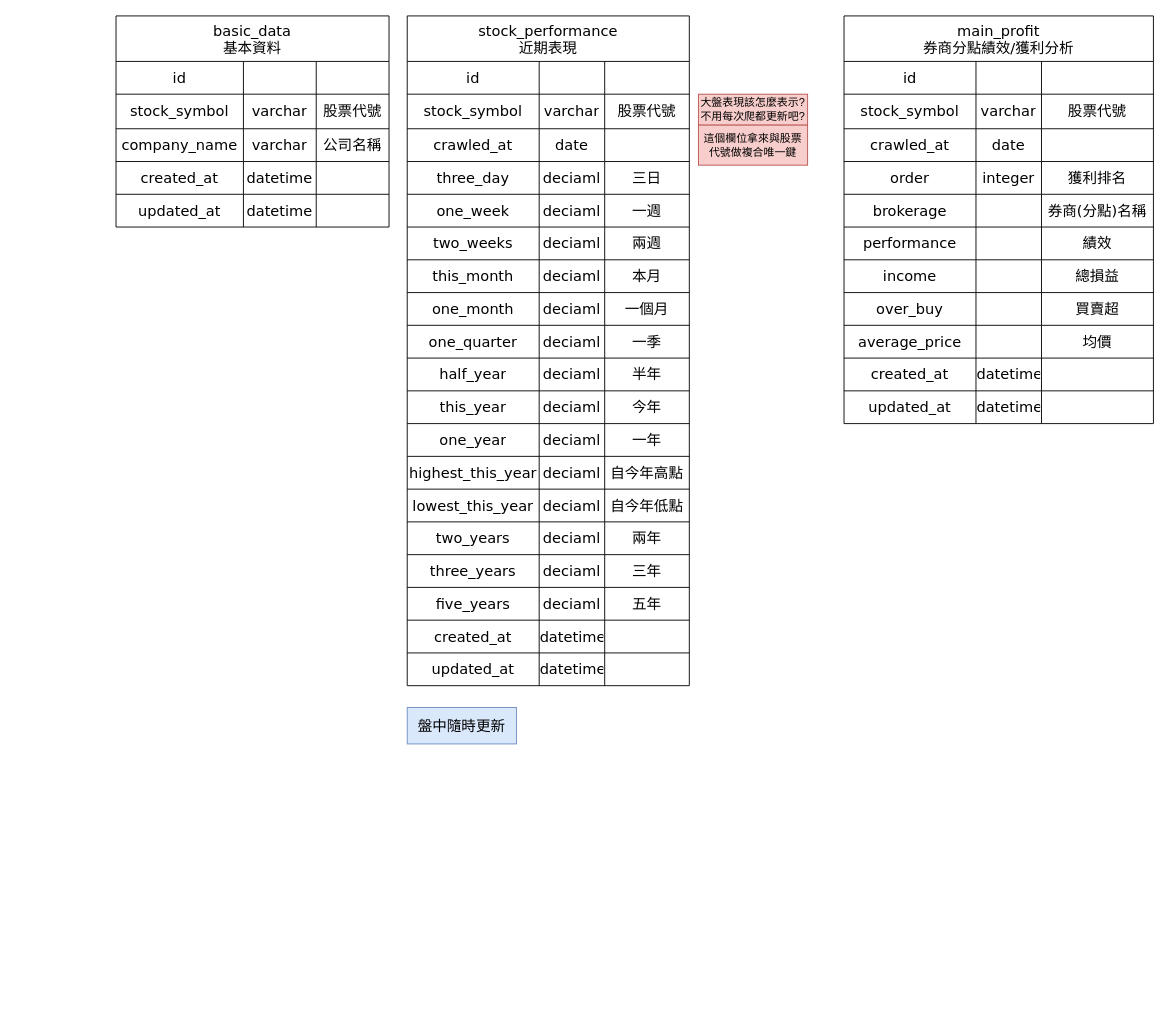
This is page "近期表現" (2 of 2) of 作品集.drawio from charlieAJC/taiwan-stock-crawler, a draw.io file, before an edit. Source tidied: cells renumbered, new cells numbered last; positions are measured from the earlier drawing's top-left corner, leaving out a move shared by most shapes. Both pictures are drawn from the tidied source at 91%, with x=0, y=0 at pixel (116, 15).
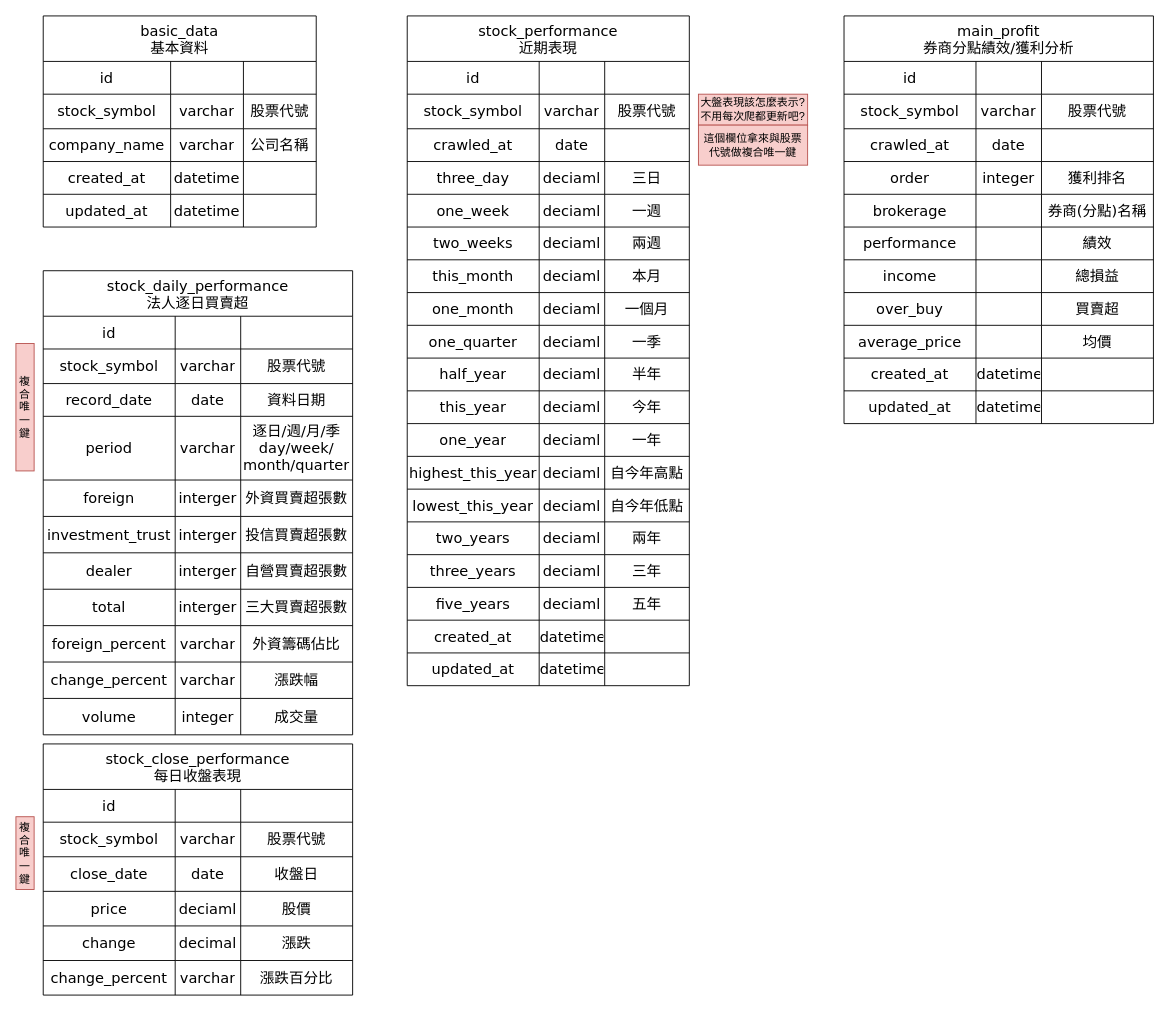
The same diagram, later.

Diff of the diagram source:
```diff
@@
     <mxCell id="2" value="basic_data&#10;基本資料" style="shape=table;startSize=50;childLayout=tableLayout;fontStyle=0;align=center;fontFamily=Verdana;fontSize=16;" parent="1" vertex="1">
-      <mxGeometry width="300" height="232" as="geometry" />
+      <mxGeometry x="-80" width="300" height="232" as="geometry" />
     </mxCell>
@@
-    <mxCell id="147" value="&lt;font face=&quot;Verdana&quot; style=&quot;font-size: 16px&quot;&gt;盤中隨時更新&lt;/font&gt;" style="rounded=0;whiteSpace=wrap;html=1;fillColor=#dae8fc;strokeColor=#6c8ebf;" parent="1" vertex="1">
-      <mxGeometry x="320" y="760" width="120" height="40" as="geometry" />
-    </mxCell>
+    <mxCell id="148" value="stock_daily_performance&#10;法人逐日買賣超" style="shape=table;startSize=50;childLayout=tableLayout;fontStyle=0;align=center;fontFamily=Verdana;fontSize=16;" parent="1" vertex="1">
+      <mxGeometry x="-80" y="280" width="340" height="510" as="geometry" />
+    </mxCell>
+    <mxCell id="149" style="shape=partialRectangle;html=1;whiteSpace=wrap;fillColor=none;top=0;left=0;bottom=0;right=0;fontFamily=Verdana;fontSize=16;" parent="148" vertex="1">
+      <mxGeometry y="50" width="340" height="36" as="geometry" />
+    </mxCell>
+    <mxCell id="150" value="id" style="shape=partialRectangle;html=1;whiteSpace=wrap;fillColor=none;top=0;left=0;bottom=0;right=0;overflow=hidden;fontFamily=Verdana;fontSize=16;" parent="149" vertex="1">
+      <mxGeometry width="145" height="36" as="geometry" />
+    </mxCell>
+    <mxCell id="151" style="shape=partialRectangle;html=1;whiteSpace=wrap;fillColor=none;top=0;left=0;bottom=0;right=0;overflow=hidden;fontFamily=Verdana;fontSize=16;" parent="149" vertex="1">
+      <mxGeometry x="145" width="72" height="36" as="geometry" />
+    </mxCell>
+    <mxCell id="152" style="shape=partialRectangle;html=1;whiteSpace=wrap;fillColor=none;top=0;left=0;bottom=0;right=0;overflow=hidden;fontFamily=Verdana;fontSize=16;" parent="149" vertex="1">
+      <mxGeometry x="217" width="123" height="36" as="geometry" />
+    </mxCell>
+    <mxCell id="153" style="shape=partialRectangle;html=1;whiteSpace=wrap;fillColor=none;top=0;left=0;bottom=0;right=0;fontFamily=Verdana;fontSize=16;" parent="148" vertex="1">
+      <mxGeometry y="86" width="340" height="38" as="geometry" />
+    </mxCell>
+    <mxCell id="154" value="stock_symbol" style="shape=partialRectangle;html=1;whiteSpace=wrap;fillColor=none;top=0;left=0;bottom=0;right=0;overflow=hidden;fontFamily=Verdana;fontSize=16;" parent="153" vertex="1">
+      <mxGeometry width="145" height="38" as="geometry" />
+    </mxCell>
+    <mxCell id="155" value="&lt;span&gt;varchar&lt;/span&gt;" style="shape=partialRectangle;html=1;whiteSpace=wrap;fillColor=none;top=0;left=0;bottom=0;right=0;overflow=hidden;fontFamily=Verdana;fontSize=16;" parent="153" vertex="1">
+      <mxGeometry x="145" width="72" height="38" as="geometry" />
+    </mxCell>
+    <mxCell id="156" value="股票代號" style="shape=partialRectangle;html=1;whiteSpace=wrap;fillColor=none;top=0;left=0;bottom=0;right=0;overflow=hidden;fontFamily=Verdana;fontSize=16;" parent="153" vertex="1">
+      <mxGeometry x="217" width="123" height="38" as="geometry" />
+    </mxCell>
+    <mxCell id="157" style="shape=partialRectangle;html=1;whiteSpace=wrap;fillColor=none;top=0;left=0;bottom=0;right=0;fontFamily=Verdana;fontSize=16;" parent="148" vertex="1">
+      <mxGeometry y="124" width="340" height="36" as="geometry" />
+    </mxCell>
+    <mxCell id="158" value="record_date" style="shape=partialRectangle;html=1;whiteSpace=wrap;fillColor=none;top=0;left=0;bottom=0;right=0;overflow=hidden;fontFamily=Verdana;fontSize=16;" parent="157" vertex="1">
+      <mxGeometry width="145" height="36" as="geometry" />
+    </mxCell>
+    <mxCell id="159" value="date" style="shape=partialRectangle;html=1;whiteSpace=wrap;fillColor=none;top=0;left=0;bottom=0;right=0;overflow=hidden;fontFamily=Verdana;fontSize=16;" parent="157" vertex="1">
+      <mxGeometry x="145" width="72" height="36" as="geometry" />
+    </mxCell>
+    <mxCell id="160" value="資料日期" style="shape=partialRectangle;html=1;whiteSpace=wrap;fillColor=none;top=0;left=0;bottom=0;right=0;overflow=hidden;fontFamily=Verdana;fontSize=16;" parent="157" vertex="1">
+      <mxGeometry x="217" width="123" height="36" as="geometry" />
+    </mxCell>
+    <mxCell id="161" style="shape=partialRectangle;html=1;whiteSpace=wrap;fillColor=none;top=0;left=0;bottom=0;right=0;fontFamily=Verdana;fontSize=16;" parent="148" vertex="1">
+      <mxGeometry y="160" width="340" height="70" as="geometry" />
+    </mxCell>
+    <mxCell id="162" value="period" style="shape=partialRectangle;html=1;whiteSpace=wrap;fillColor=none;top=0;left=0;bottom=0;right=0;overflow=hidden;fontFamily=Verdana;fontSize=16;" parent="161" vertex="1">
+      <mxGeometry width="145" height="70" as="geometry" />
+    </mxCell>
+    <mxCell id="163" value="varchar" style="shape=partialRectangle;html=1;whiteSpace=wrap;fillColor=none;top=0;left=0;bottom=0;right=0;overflow=hidden;fontFamily=Verdana;fontSize=16;" parent="161" vertex="1">
+      <mxGeometry x="145" width="72" height="70" as="geometry" />
+    </mxCell>
+    <mxCell id="164" value="逐日/週/月/季&lt;br&gt;day/week/&lt;br&gt;month/quarter" style="shape=partialRectangle;html=1;whiteSpace=wrap;fillColor=none;top=0;left=0;bottom=0;right=0;overflow=hidden;fontFamily=Verdana;fontSize=16;" parent="161" vertex="1">
+      <mxGeometry x="217" width="123" height="70" as="geometry" />
+    </mxCell>
+    <mxCell id="165" style="shape=partialRectangle;html=1;whiteSpace=wrap;fillColor=none;top=0;left=0;bottom=0;right=0;fontFamily=Verdana;fontSize=16;" parent="148" vertex="1">
+      <mxGeometry y="230" width="340" height="40" as="geometry" />
+    </mxCell>
+    <mxCell id="166" value="foreign" style="shape=partialRectangle;html=1;whiteSpace=wrap;fillColor=none;top=0;left=0;bottom=0;right=0;overflow=hidden;fontFamily=Verdana;fontSize=16;" parent="165" vertex="1">
+      <mxGeometry width="145" height="40" as="geometry" />
+    </mxCell>
+    <mxCell id="167" value="interger" style="shape=partialRectangle;html=1;whiteSpace=wrap;fillColor=none;top=0;left=0;bottom=0;right=0;overflow=hidden;fontFamily=Verdana;fontSize=16;" parent="165" vertex="1">
+      <mxGeometry x="145" width="72" height="40" as="geometry" />
+    </mxCell>
+    <mxCell id="168" value="外資買賣超張數" style="shape=partialRectangle;html=1;whiteSpace=wrap;fillColor=none;top=0;left=0;bottom=0;right=0;overflow=hidden;fontFamily=Verdana;fontSize=16;" parent="165" vertex="1">
+      <mxGeometry x="217" width="123" height="40" as="geometry" />
+    </mxCell>
+    <mxCell id="169" style="shape=partialRectangle;html=1;whiteSpace=wrap;fillColor=none;top=0;left=0;bottom=0;right=0;fontFamily=Verdana;fontSize=16;" parent="148" vertex="1">
+      <mxGeometry y="270" width="340" height="40" as="geometry" />
+    </mxCell>
+    <mxCell id="170" value="investment_trust" style="shape=partialRectangle;html=1;whiteSpace=wrap;fillColor=none;top=0;left=0;bottom=0;right=0;overflow=hidden;fontFamily=Verdana;fontSize=16;" parent="169" vertex="1">
+      <mxGeometry width="145" height="40" as="geometry" />
+    </mxCell>
+    <mxCell id="171" value="&lt;span&gt;interger&lt;/span&gt;" style="shape=partialRectangle;html=1;whiteSpace=wrap;fillColor=none;top=0;left=0;bottom=0;right=0;overflow=hidden;fontFamily=Verdana;fontSize=16;" parent="169" vertex="1">
+      <mxGeometry x="145" width="72" height="40" as="geometry" />
+    </mxCell>
+    <mxCell id="172" value="投信買賣超張數" style="shape=partialRectangle;html=1;whiteSpace=wrap;fillColor=none;top=0;left=0;bottom=0;right=0;overflow=hidden;fontFamily=Verdana;fontSize=16;" parent="169" vertex="1">
+      <mxGeometry x="217" width="123" height="40" as="geometry" />
+    </mxCell>
+    <mxCell id="173" style="shape=partialRectangle;html=1;whiteSpace=wrap;fillColor=none;top=0;left=0;bottom=0;right=0;fontFamily=Verdana;fontSize=16;" parent="148" vertex="1">
+      <mxGeometry y="310" width="340" height="40" as="geometry" />
+    </mxCell>
+    <mxCell id="174" value="dealer" style="shape=partialRectangle;html=1;whiteSpace=wrap;fillColor=none;top=0;left=0;bottom=0;right=0;overflow=hidden;fontFamily=Verdana;fontSize=16;" parent="173" vertex="1">
+      <mxGeometry width="145" height="40" as="geometry" />
+    </mxCell>
+    <mxCell id="175" value="&lt;span&gt;interger&lt;/span&gt;" style="shape=partialRectangle;html=1;whiteSpace=wrap;fillColor=none;top=0;left=0;bottom=0;right=0;overflow=hidden;fontFamily=Verdana;fontSize=16;" parent="173" vertex="1">
+      <mxGeometry x="145" width="72" height="40" as="geometry" />
+    </mxCell>
+    <mxCell id="176" value="自營買賣超張數" style="shape=partialRectangle;html=1;whiteSpace=wrap;fillColor=none;top=0;left=0;bottom=0;right=0;overflow=hidden;fontFamily=Verdana;fontSize=16;" parent="173" vertex="1">
+      <mxGeometry x="217" width="123" height="40" as="geometry" />
+    </mxCell>
+    <mxCell id="177" style="shape=partialRectangle;html=1;whiteSpace=wrap;fillColor=none;top=0;left=0;bottom=0;right=0;fontFamily=Verdana;fontSize=16;" parent="148" vertex="1">
+      <mxGeometry y="350" width="340" height="40" as="geometry" />
+    </mxCell>
+    <mxCell id="178" value="total" style="shape=partialRectangle;html=1;whiteSpace=wrap;fillColor=none;top=0;left=0;bottom=0;right=0;overflow=hidden;fontFamily=Verdana;fontSize=16;" parent="177" vertex="1">
+      <mxGeometry width="145" height="40" as="geometry" />
+    </mxCell>
+    <mxCell id="179" value="&lt;span&gt;interger&lt;/span&gt;" style="shape=partialRectangle;html=1;whiteSpace=wrap;fillColor=none;top=0;left=0;bottom=0;right=0;overflow=hidden;fontFamily=Verdana;fontSize=16;" parent="177" vertex="1">
+      <mxGeometry x="145" width="72" height="40" as="geometry" />
+    </mxCell>
+    <mxCell id="180" value="三大買賣超張數" style="shape=partialRectangle;html=1;whiteSpace=wrap;fillColor=none;top=0;left=0;bottom=0;right=0;overflow=hidden;fontFamily=Verdana;fontSize=16;" parent="177" vertex="1">
+      <mxGeometry x="217" width="123" height="40" as="geometry" />
+    </mxCell>
+    <mxCell id="181" style="shape=partialRectangle;html=1;whiteSpace=wrap;fillColor=none;top=0;left=0;bottom=0;right=0;fontFamily=Verdana;fontSize=16;" parent="148" vertex="1">
+      <mxGeometry y="390" width="340" height="40" as="geometry" />
+    </mxCell>
+    <mxCell id="182" value="foreign_percent" style="shape=partialRectangle;html=1;whiteSpace=wrap;fillColor=none;top=0;left=0;bottom=0;right=0;overflow=hidden;fontFamily=Verdana;fontSize=16;" parent="181" vertex="1">
+      <mxGeometry width="145" height="40" as="geometry" />
+    </mxCell>
+    <mxCell id="183" value="varchar" style="shape=partialRectangle;html=1;whiteSpace=wrap;fillColor=none;top=0;left=0;bottom=0;right=0;overflow=hidden;fontFamily=Verdana;fontSize=16;" parent="181" vertex="1">
+      <mxGeometry x="145" width="72" height="40" as="geometry" />
+    </mxCell>
+    <mxCell id="184" value="外資籌碼佔比" style="shape=partialRectangle;html=1;whiteSpace=wrap;fillColor=none;top=0;left=0;bottom=0;right=0;overflow=hidden;fontFamily=Verdana;fontSize=16;" parent="181" vertex="1">
+      <mxGeometry x="217" width="123" height="40" as="geometry" />
+    </mxCell>
+    <mxCell id="185" style="shape=partialRectangle;html=1;whiteSpace=wrap;fillColor=none;top=0;left=0;bottom=0;right=0;fontFamily=Verdana;fontSize=16;" parent="148" vertex="1">
+      <mxGeometry y="430" width="340" height="40" as="geometry" />
+    </mxCell>
+    <mxCell id="186" value="change_percent" style="shape=partialRectangle;html=1;whiteSpace=wrap;fillColor=none;top=0;left=0;bottom=0;right=0;overflow=hidden;fontFamily=Verdana;fontSize=16;" parent="185" vertex="1">
+      <mxGeometry width="145" height="40" as="geometry" />
+    </mxCell>
+    <mxCell id="187" value="varchar" style="shape=partialRectangle;html=1;whiteSpace=wrap;fillColor=none;top=0;left=0;bottom=0;right=0;overflow=hidden;fontFamily=Verdana;fontSize=16;" parent="185" vertex="1">
+      <mxGeometry x="145" width="72" height="40" as="geometry" />
+    </mxCell>
+    <mxCell id="188" value="漲跌幅" style="shape=partialRectangle;html=1;whiteSpace=wrap;fillColor=none;top=0;left=0;bottom=0;right=0;overflow=hidden;fontFamily=Verdana;fontSize=16;" parent="185" vertex="1">
+      <mxGeometry x="217" width="123" height="40" as="geometry" />
+    </mxCell>
+    <mxCell id="189" style="shape=partialRectangle;html=1;whiteSpace=wrap;fillColor=none;top=0;left=0;bottom=0;right=0;fontFamily=Verdana;fontSize=16;" parent="148" vertex="1">
+      <mxGeometry y="470" width="340" height="40" as="geometry" />
+    </mxCell>
+    <mxCell id="190" value="volume" style="shape=partialRectangle;html=1;whiteSpace=wrap;fillColor=none;top=0;left=0;bottom=0;right=0;overflow=hidden;fontFamily=Verdana;fontSize=16;" parent="189" vertex="1">
+      <mxGeometry width="145" height="40" as="geometry" />
+    </mxCell>
+    <mxCell id="191" value="integer" style="shape=partialRectangle;html=1;whiteSpace=wrap;fillColor=none;top=0;left=0;bottom=0;right=0;overflow=hidden;fontFamily=Verdana;fontSize=16;" parent="189" vertex="1">
+      <mxGeometry x="145" width="72" height="40" as="geometry" />
+    </mxCell>
+    <mxCell id="192" value="成交量" style="shape=partialRectangle;html=1;whiteSpace=wrap;fillColor=none;top=0;left=0;bottom=0;right=0;overflow=hidden;fontFamily=Verdana;fontSize=16;" parent="189" vertex="1">
+      <mxGeometry x="217" width="123" height="40" as="geometry" />
+    </mxCell>
+    <mxCell id="193" value="複合唯一鍵" style="rounded=0;whiteSpace=wrap;html=1;fillColor=#f8cecc;strokeColor=#b85450;" parent="1" vertex="1">
+      <mxGeometry x="-110" y="360" width="20" height="140" as="geometry" />
+    </mxCell>
+    <mxCell id="194" value="stock_close_performance&#10;每日收盤表現" style="shape=table;startSize=50;childLayout=tableLayout;fontStyle=0;align=center;fontFamily=Verdana;fontSize=16;" parent="1" vertex="1">
+      <mxGeometry x="-80" y="800" width="340" height="276" as="geometry" />
+    </mxCell>
+    <mxCell id="195" style="shape=partialRectangle;html=1;whiteSpace=wrap;fillColor=none;top=0;left=0;bottom=0;right=0;fontFamily=Verdana;fontSize=16;" parent="194" vertex="1">
+      <mxGeometry y="50" width="340" height="36" as="geometry" />
+    </mxCell>
+    <mxCell id="196" value="id" style="shape=partialRectangle;html=1;whiteSpace=wrap;fillColor=none;top=0;left=0;bottom=0;right=0;overflow=hidden;fontFamily=Verdana;fontSize=16;" parent="195" vertex="1">
+      <mxGeometry width="145" height="36" as="geometry" />
+    </mxCell>
+    <mxCell id="197" style="shape=partialRectangle;html=1;whiteSpace=wrap;fillColor=none;top=0;left=0;bottom=0;right=0;overflow=hidden;fontFamily=Verdana;fontSize=16;" parent="195" vertex="1">
+      <mxGeometry x="145" width="72" height="36" as="geometry" />
+    </mxCell>
+    <mxCell id="198" style="shape=partialRectangle;html=1;whiteSpace=wrap;fillColor=none;top=0;left=0;bottom=0;right=0;overflow=hidden;fontFamily=Verdana;fontSize=16;" parent="195" vertex="1">
+      <mxGeometry x="217" width="123" height="36" as="geometry" />
+    </mxCell>
+    <mxCell id="199" style="shape=partialRectangle;html=1;whiteSpace=wrap;fillColor=none;top=0;left=0;bottom=0;right=0;fontFamily=Verdana;fontSize=16;" parent="194" vertex="1">
+      <mxGeometry y="86" width="340" height="38" as="geometry" />
+    </mxCell>
+    <mxCell id="200" value="stock_symbol" style="shape=partialRectangle;html=1;whiteSpace=wrap;fillColor=none;top=0;left=0;bottom=0;right=0;overflow=hidden;fontFamily=Verdana;fontSize=16;" parent="199" vertex="1">
+      <mxGeometry width="145" height="38" as="geometry" />
+    </mxCell>
+    <mxCell id="201" value="&lt;span&gt;varchar&lt;/span&gt;" style="shape=partialRectangle;html=1;whiteSpace=wrap;fillColor=none;top=0;left=0;bottom=0;right=0;overflow=hidden;fontFamily=Verdana;fontSize=16;" parent="199" vertex="1">
+      <mxGeometry x="145" width="72" height="38" as="geometry" />
+    </mxCell>
+    <mxCell id="202" value="股票代號" style="shape=partialRectangle;html=1;whiteSpace=wrap;fillColor=none;top=0;left=0;bottom=0;right=0;overflow=hidden;fontFamily=Verdana;fontSize=16;" parent="199" vertex="1">
+      <mxGeometry x="217" width="123" height="38" as="geometry" />
+    </mxCell>
+    <mxCell id="203" style="shape=partialRectangle;html=1;whiteSpace=wrap;fillColor=none;top=0;left=0;bottom=0;right=0;fontFamily=Verdana;fontSize=16;" parent="194" vertex="1">
+      <mxGeometry y="124" width="340" height="38" as="geometry" />
+    </mxCell>
+    <mxCell id="204" value="close_date" style="shape=partialRectangle;html=1;whiteSpace=wrap;fillColor=none;top=0;left=0;bottom=0;right=0;overflow=hidden;fontFamily=Verdana;fontSize=16;" parent="203" vertex="1">
+      <mxGeometry width="145" height="38" as="geometry" />
+    </mxCell>
+    <mxCell id="205" value="date" style="shape=partialRectangle;html=1;whiteSpace=wrap;fillColor=none;top=0;left=0;bottom=0;right=0;overflow=hidden;fontFamily=Verdana;fontSize=16;" parent="203" vertex="1">
+      <mxGeometry x="145" width="72" height="38" as="geometry" />
+    </mxCell>
+    <mxCell id="206" value="收盤日" style="shape=partialRectangle;html=1;whiteSpace=wrap;fillColor=none;top=0;left=0;bottom=0;right=0;overflow=hidden;fontFamily=Verdana;fontSize=16;" parent="203" vertex="1">
+      <mxGeometry x="217" width="123" height="38" as="geometry" />
+    </mxCell>
+    <mxCell id="207" style="shape=partialRectangle;html=1;whiteSpace=wrap;fillColor=none;top=0;left=0;bottom=0;right=0;fontFamily=Verdana;fontSize=16;" parent="194" vertex="1">
+      <mxGeometry y="162" width="340" height="38" as="geometry" />
+    </mxCell>
+    <mxCell id="208" value="price" style="shape=partialRectangle;html=1;whiteSpace=wrap;fillColor=none;top=0;left=0;bottom=0;right=0;overflow=hidden;fontFamily=Verdana;fontSize=16;" parent="207" vertex="1">
+      <mxGeometry width="145" height="38" as="geometry" />
+    </mxCell>
+    <mxCell id="209" value="&lt;span&gt;deciaml&lt;/span&gt;" style="shape=partialRectangle;html=1;whiteSpace=wrap;fillColor=none;top=0;left=0;bottom=0;right=0;overflow=hidden;fontFamily=Verdana;fontSize=16;" parent="207" vertex="1">
+      <mxGeometry x="145" width="72" height="38" as="geometry" />
+    </mxCell>
+    <mxCell id="210" value="股價" style="shape=partialRectangle;html=1;whiteSpace=wrap;fillColor=none;top=0;left=0;bottom=0;right=0;overflow=hidden;fontFamily=Verdana;fontSize=16;" parent="207" vertex="1">
+      <mxGeometry x="217" width="123" height="38" as="geometry" />
+    </mxCell>
+    <mxCell id="211" style="shape=partialRectangle;html=1;whiteSpace=wrap;fillColor=none;top=0;left=0;bottom=0;right=0;fontFamily=Verdana;fontSize=16;" parent="194" vertex="1">
+      <mxGeometry y="200" width="340" height="38" as="geometry" />
+    </mxCell>
+    <mxCell id="212" value="change" style="shape=partialRectangle;html=1;whiteSpace=wrap;fillColor=none;top=0;left=0;bottom=0;right=0;overflow=hidden;fontFamily=Verdana;fontSize=16;" parent="211" vertex="1">
+      <mxGeometry width="145" height="38" as="geometry" />
+    </mxCell>
+    <mxCell id="213" value="decimal" style="shape=partialRectangle;html=1;whiteSpace=wrap;fillColor=none;top=0;left=0;bottom=0;right=0;overflow=hidden;fontFamily=Verdana;fontSize=16;" parent="211" vertex="1">
+      <mxGeometry x="145" width="72" height="38" as="geometry" />
+    </mxCell>
+    <mxCell id="214" value="漲跌" style="shape=partialRectangle;html=1;whiteSpace=wrap;fillColor=none;top=0;left=0;bottom=0;right=0;overflow=hidden;fontFamily=Verdana;fontSize=16;" parent="211" vertex="1">
+      <mxGeometry x="217" width="123" height="38" as="geometry" />
+    </mxCell>
+    <mxCell id="215" style="shape=partialRectangle;html=1;whiteSpace=wrap;fillColor=none;top=0;left=0;bottom=0;right=0;fontFamily=Verdana;fontSize=16;" parent="194" vertex="1">
+      <mxGeometry y="238" width="340" height="38" as="geometry" />
+    </mxCell>
+    <mxCell id="216" value="&lt;span&gt;change_percent&lt;/span&gt;" style="shape=partialRectangle;html=1;whiteSpace=wrap;fillColor=none;top=0;left=0;bottom=0;right=0;overflow=hidden;fontFamily=Verdana;fontSize=16;" parent="215" vertex="1">
+      <mxGeometry width="145" height="38" as="geometry" />
+    </mxCell>
+    <mxCell id="217" value="varchar" style="shape=partialRectangle;html=1;whiteSpace=wrap;fillColor=none;top=0;left=0;bottom=0;right=0;overflow=hidden;fontFamily=Verdana;fontSize=16;" parent="215" vertex="1">
+      <mxGeometry x="145" width="72" height="38" as="geometry" />
+    </mxCell>
+    <mxCell id="218" value="&lt;span&gt;漲跌百分比&lt;/span&gt;" style="shape=partialRectangle;html=1;whiteSpace=wrap;fillColor=none;top=0;left=0;bottom=0;right=0;overflow=hidden;fontFamily=Verdana;fontSize=16;" parent="215" vertex="1">
+      <mxGeometry x="217" width="123" height="38" as="geometry" />
+    </mxCell>
+    <mxCell id="219" value="複合唯一鍵" style="rounded=0;whiteSpace=wrap;html=1;fillColor=#f8cecc;strokeColor=#b85450;" parent="1" vertex="1">
+      <mxGeometry x="-110" y="880" width="20" height="80" as="geometry" />
+    </mxCell>
```
